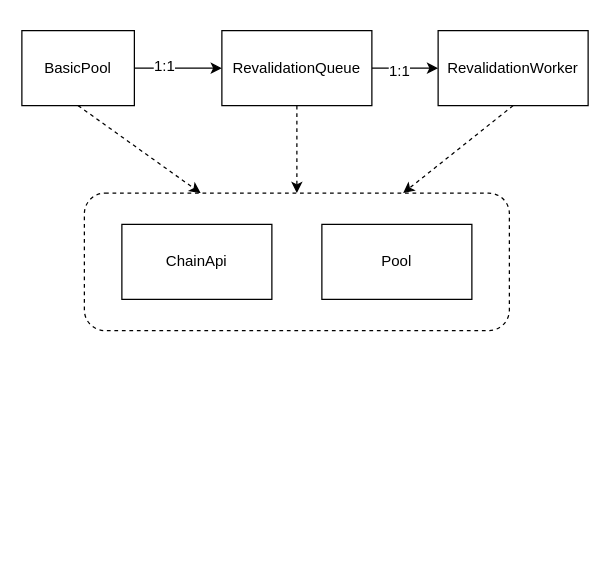
Above: page "BasicPool" (10 of 11) of 设计说明/system.drawio in plotozhu/PynxDoc (draw.io), before the change. Source tidied: cells renumbered, new cells numbered last; positions are measured from the earlier drawing's top-left corner, leaving out a move shared by most shapes. Both pictures are drawn from the tidied source at 125%, with x=0, y=0 at pixel (21, 30).
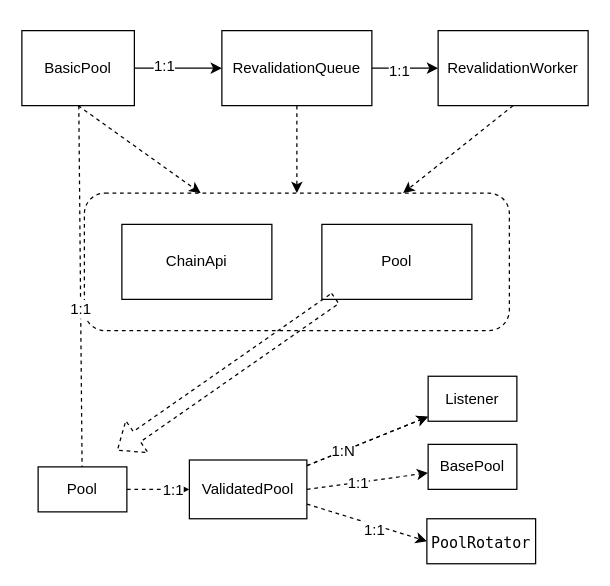
After the change.

The change refers to these unchanged cells:
```xml
<mxCell id="4" value="BasicPool" style="rounded=0;whiteSpace=wrap;html=1;" parent="1" vertex="1">
  <mxGeometry width="90" height="60" as="geometry" />
</mxCell>
<mxCell id="12" value="Pool" style="rounded=0;whiteSpace=wrap;html=1;" parent="1" vertex="1">
  <mxGeometry x="240" y="155" width="120" height="60" as="geometry" />
</mxCell>
```

What changed in the source:
```diff
@@
+    <mxCell id="15" style="edgeStyle=none;rounded=0;jettySize=auto;html=1;exitX=0.5;exitY=0;exitDx=0;exitDy=0;entryX=0.5;entryY=1;entryDx=0;entryDy=0;dashed=1;" parent="1" edge="1" source="4" target="19">
+      <mxGeometry relative="1" as="geometry" />
+    </mxCell>
+    <mxCell id="16" value="1:1" style="text;html=1;align=center;verticalAlign=middle;labelBackgroundColor=#ffffff;" parent="15" vertex="1">
+      <mxGeometry x="0.16" y="-1" relative="1" as="geometry" />
+    </mxCell>
@@
+    <mxCell id="17" style="edgeStyle=none;rounded=0;jettySize=auto;html=1;exitX=1;exitY=0.5;exitDx=0;exitDy=0;entryX=0;entryY=0.5;entryDx=0;entryDy=0;dashed=1;" parent="1" edge="1" source="19" target="27">
+      <mxGeometry relative="1" as="geometry" />
+    </mxCell>
+    <mxCell id="18" value="1:1" style="text;html=1;align=center;verticalAlign=middle;labelBackgroundColor=#ffffff;" parent="17" vertex="1">
+      <mxGeometry x="0.43" relative="1" as="geometry" />
+    </mxCell>
+    <mxCell id="19" value="Pool" style="rounded=0;whiteSpace=wrap;html=1;" parent="1" vertex="1">
+      <mxGeometry x="13" y="349" width="71" height="36" as="geometry" />
+    </mxCell>
+    <mxCell id="20" style="edgeStyle=none;rounded=0;jettySize=auto;html=1;dashed=1;" parent="1" edge="1" source="27" target="28">
+      <mxGeometry relative="1" as="geometry" />
+    </mxCell>
+    <mxCell id="21" style="edgeStyle=none;rounded=0;jettySize=auto;html=1;dashed=1;" parent="1" edge="1" source="27" target="28">
+      <mxGeometry relative="1" as="geometry" />
+    </mxCell>
+    <mxCell id="22" value="1:N" style="text;html=1;align=center;verticalAlign=middle;labelBackgroundColor=#ffffff;" parent="21" vertex="1">
+      <mxGeometry x="-0.4" relative="1" as="geometry" />
+    </mxCell>
+    <mxCell id="23" style="edgeStyle=none;rounded=0;jettySize=auto;html=1;exitX=1;exitY=0.5;exitDx=0;exitDy=0;dashed=1;" parent="1" edge="1" source="27" target="29">
+      <mxGeometry relative="1" as="geometry" />
+    </mxCell>
+    <mxCell id="24" value="1:1" style="text;html=1;align=center;verticalAlign=middle;labelBackgroundColor=#ffffff;" parent="23" vertex="1">
+      <mxGeometry x="-0.16" relative="1" as="geometry" />
+    </mxCell>
+    <mxCell id="25" style="edgeStyle=none;rounded=0;jettySize=auto;html=1;exitX=1;exitY=0.75;exitDx=0;exitDy=0;dashed=1;entryX=0;entryY=0.5;entryDx=0;entryDy=0;" parent="1" edge="1" source="27" target="30">
+      <mxGeometry relative="1" as="geometry" />
+    </mxCell>
+    <mxCell id="26" value="1:1" style="text;html=1;align=center;verticalAlign=middle;labelBackgroundColor=#ffffff;" parent="25" vertex="1">
+      <mxGeometry x="0.13" y="-4" relative="1" as="geometry" />
+    </mxCell>
+    <mxCell id="27" value="ValidatedPool" style="rounded=0;whiteSpace=wrap;html=1;" parent="1" vertex="1">
+      <mxGeometry x="134" y="343.5" width="94" height="47" as="geometry" />
+    </mxCell>
+    <mxCell id="28" value="Listener" style="rounded=0;whiteSpace=wrap;html=1;" parent="1" vertex="1">
+      <mxGeometry x="325" y="276.5" width="71" height="36" as="geometry" />
+    </mxCell>
+    <mxCell id="29" value="BasePool" style="rounded=0;whiteSpace=wrap;html=1;" parent="1" vertex="1">
+      <mxGeometry x="325" y="331" width="71" height="36" as="geometry" />
+    </mxCell>
+    <mxCell id="30" value="&lt;div style=&quot;background-color: rgb(255 , 255 , 255) ; font-family: &amp;#34;menlo&amp;#34; , &amp;#34;monaco&amp;#34; , &amp;#34;courier new&amp;#34; , monospace ; line-height: 18px ; white-space: pre&quot;&gt;PoolRotator&lt;/div&gt;" style="rounded=0;whiteSpace=wrap;html=1;" parent="1" vertex="1">
+      <mxGeometry x="324" y="390.5" width="87" height="36" as="geometry" />
+    </mxCell>
+    <mxCell id="31" style="shape=flexArrow;endArrow=classic;html=1;dashed=1;exitX=0.092;exitY=0.983;exitDx=0;exitDy=0;exitPerimeter=0;" parent="1" edge="1" source="12">
+      <mxGeometry relative="1" as="geometry">
+        <mxPoint x="76" y="336" as="targetPoint" />
+      </mxGeometry>
+    </mxCell>
```
